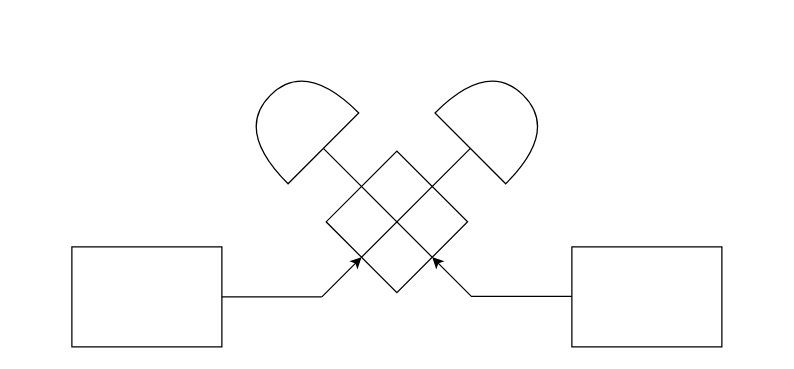
The draw.io diagram coherent-light-based-mdi.drawio in javijnb/LPRO_diagrams, before the edit. Source tidied: cells renumbered, new cells numbered last; positions are measured from the earlier drawing's top-left corner, leaving out a move shared by most shapes. Both pictures are drawn from the tidied source at 125%, with x=0, y=0 at pixel (71, 71).
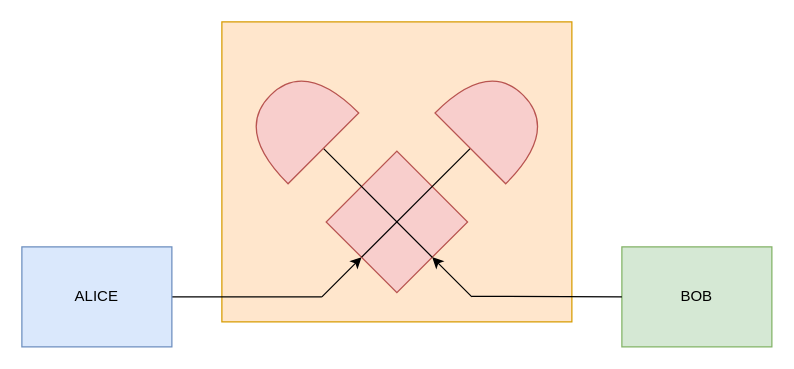
After the change.

The edit, as a diff of the source:
```diff
@@
 <mxGraphModel>
   <root>
     <mxCell id="0" />
     <mxCell id="1" parent="0" />
+    <mxCell id="13" style="rounded=0;whiteSpace=wrap;html=1;fillColor=#ffe6cc;strokeColor=#d79b00;" parent="1" vertex="1">
+      <mxGeometry x="120" y="-40" width="280" height="240" as="geometry" />
+    </mxCell>
     <mxCell id="2" style="rounded=0;jettySize=auto;html=1;exitX=0;exitY=0.5;exitDx=0;exitDy=0;startArrow=classic;startFill=1;endArrow=none;endFill=0;" parent="1" edge="1" source="3">
       <mxGeometry relative="1" as="geometry">
         <mxPoint x="200" y="180" as="targetPoint" />
       </mxGeometry>
     </mxCell>
-    <mxCell id="3" style="whiteSpace=wrap;html=1;rotation=-45;" parent="1" vertex="1">
+    <mxCell id="3" style="whiteSpace=wrap;html=1;rotation=-45;fillColor=#f8cecc;strokeColor=#b85450;" parent="1" vertex="1">
       <mxGeometry x="220" y="80" width="80" height="80" as="geometry" />
     </mxCell>
     <mxCell id="4" style="edgeStyle=orthogonalEdgeStyle;rounded=0;jettySize=auto;html=1;exitX=1;exitY=0.5;exitDx=0;exitDy=0;endArrow=none;endFill=0;" parent="1" edge="1" source="5">
       <mxGeometry relative="1" as="geometry">
         <mxPoint x="200" y="180" as="targetPoint" />
       </mxGeometry>
     </mxCell>
-    <mxCell id="5" style="rounded=0;whiteSpace=wrap;html=1;" parent="1" vertex="1">
-      <mxGeometry y="140" width="120" height="80" as="geometry" />
+    <mxCell id="5" value="ALICE" style="rounded=0;whiteSpace=wrap;html=1;fillColor=#dae8fc;strokeColor=#6c8ebf;" parent="1" vertex="1">
+      <mxGeometry x="-40" y="140" width="120" height="80" as="geometry" />
     </mxCell>
-    <mxCell id="6" style="rounded=0;whiteSpace=wrap;html=1;" parent="1" vertex="1">
-      <mxGeometry x="400" y="140" width="120" height="80" as="geometry" />
+    <mxCell id="6" value="BOB" style="rounded=0;whiteSpace=wrap;html=1;fillColor=#d5e8d4;strokeColor=#82b366;" parent="1" vertex="1">
+      <mxGeometry x="440" y="140" width="120" height="80" as="geometry" />
     </mxCell>
-    <mxCell id="7" style="rounded=0;jettySize=auto;html=1;exitX=0;exitY=0.5;exitDx=0;exitDy=0;exitPerimeter=0;entryX=0.5;entryY=1;entryDx=0;entryDy=0;endArrow=none;endFill=0;" parent="1" edge="1" source="8" target="3">
+    <mxCell id="7" style="rounded=0;jettySize=auto;html=1;exitX=0;exitY=0.5;exitDx=0;exitDy=0;exitPerimeter=0;entryX=0.5;entryY=1;entryDx=0;entryDy=0;endArrow=none;endFill=0;fillColor=#ffe6cc;strokeColor=#000000;" parent="1" edge="1" source="8" target="3">
       <mxGeometry relative="1" as="geometry" />
     </mxCell>
-    <mxCell id="8" style="shape=or;whiteSpace=wrap;html=1;rotation=-135;" parent="1" vertex="1">
+    <mxCell id="8" style="shape=or;whiteSpace=wrap;html=1;rotation=-135;fillColor=#f8cecc;strokeColor=#b85450;" parent="1" vertex="1">
       <mxGeometry x="150" width="60" height="80" as="geometry" />
     </mxCell>
-    <mxCell id="9" style="rounded=0;jettySize=auto;html=1;exitX=0;exitY=0.5;exitDx=0;exitDy=0;exitPerimeter=0;entryX=0;entryY=0.5;entryDx=0;entryDy=0;endArrow=none;endFill=0;" parent="1" edge="1" source="10" target="3">
+    <mxCell id="9" style="rounded=0;jettySize=auto;html=1;exitX=0;exitY=0.5;exitDx=0;exitDy=0;exitPerimeter=0;entryX=0;entryY=0.5;entryDx=0;entryDy=0;endArrow=none;endFill=0;fillColor=#ffe6cc;strokeColor=#000000;" parent="1" edge="1" source="10" target="3">
       <mxGeometry relative="1" as="geometry" />
     </mxCell>
-    <mxCell id="10" style="shape=or;whiteSpace=wrap;html=1;rotation=-135;direction=south;" parent="1" vertex="1">
+    <mxCell id="10" style="shape=or;whiteSpace=wrap;html=1;rotation=-135;direction=south;fillColor=#f8cecc;strokeColor=#b85450;" parent="1" vertex="1">
       <mxGeometry x="300" y="10" width="80" height="60" as="geometry" />
     </mxCell>
-    <mxCell id="11" style="edgeStyle=orthogonalEdgeStyle;rounded=0;orthogonalLoop=1;jettySize=auto;html=1;exitX=1;exitY=0.5;exitDx=0;exitDy=0;endArrow=none;endFill=0;" parent="1" edge="1">
+    <mxCell id="11" style="edgeStyle=orthogonalEdgeStyle;rounded=0;jettySize=auto;html=1;exitX=1;exitY=0.5;exitDx=0;exitDy=0;endArrow=none;endFill=0;entryX=0;entryY=0.5;entryDx=0;entryDy=0;" parent="1" edge="1" target="6">
       <mxGeometry relative="1" as="geometry">
         <mxPoint x="320" y="179.5" as="sourcePoint" />
-        <mxPoint x="400" y="179.5" as="targetPoint" />
       </mxGeometry>
     </mxCell>
     <mxCell id="12" style="rounded=0;jettySize=auto;html=1;exitX=0.5;exitY=1;exitDx=0;exitDy=0;startArrow=classic;startFill=1;endArrow=none;endFill=0;" parent="1" edge="1" source="3">
       <mxGeometry relative="1" as="geometry">
         <mxPoint x="320" y="180" as="targetPoint" />
       </mxGeometry>
     </mxCell>
   </root>
 </mxGraphModel>
```
